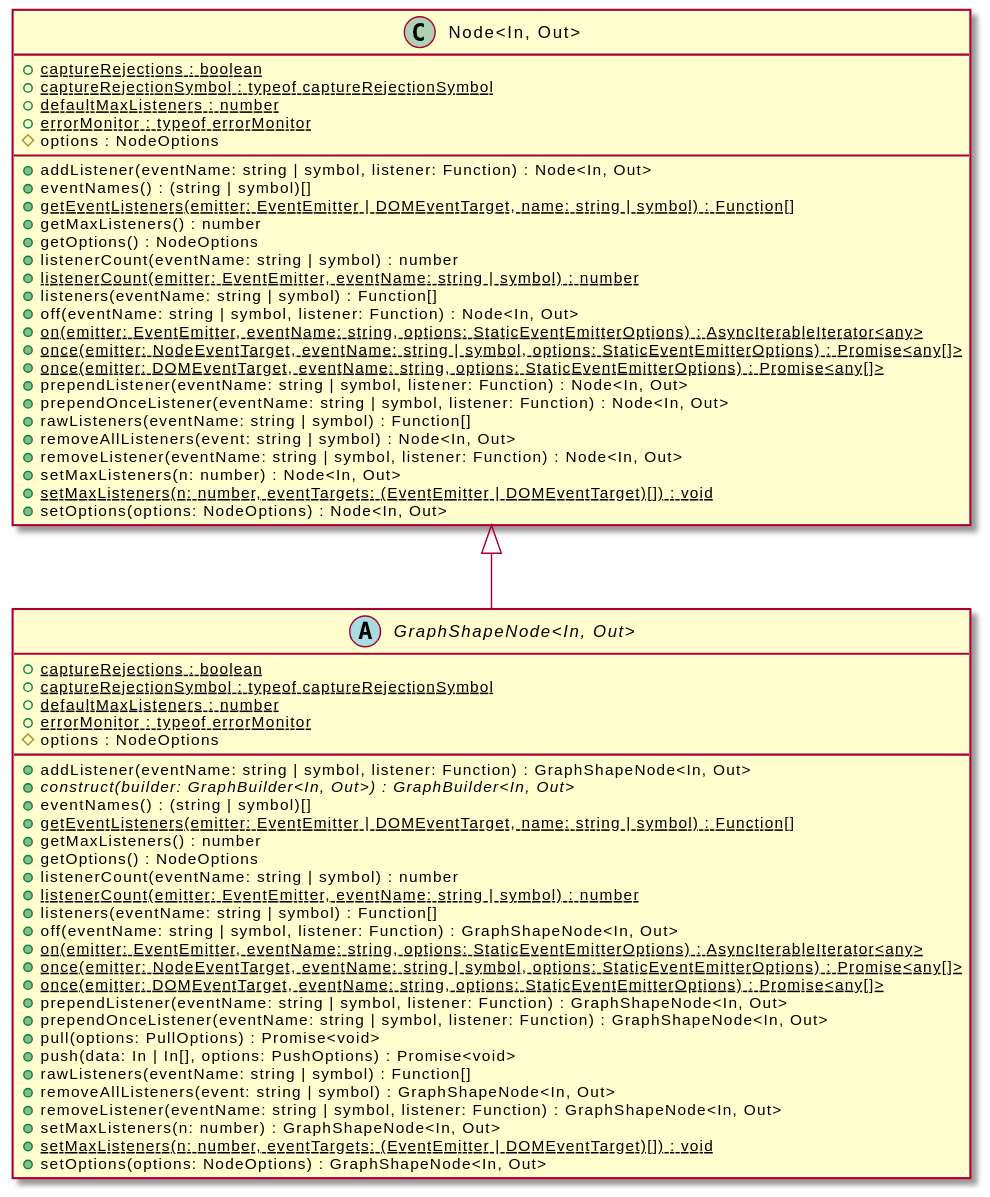
Earlier version of the PlantUML export assets/GraphShapeNode-umlClassDiagram-15808.svg (OpenHPS/openhps-core).
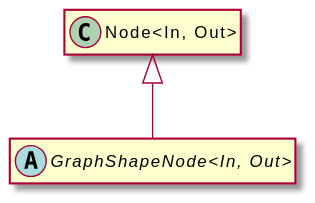
Above is the later version.

Diff of the diagram source:
```diff
@@ -3,61 +3,8 @@
 hide empty methods
 hide empty fields
 abstract class "GraphShapeNode<In, Out>" {
-    {static} +captureRejections : boolean
-    {static} +captureRejectionSymbol : typeof captureRejectionSymbol
-    {static} +defaultMaxListeners : number
-    {static} +errorMonitor : typeof errorMonitor
-    #options : NodeOptions
-    +addListener(eventName: string | symbol, listener: Function) : GraphShapeNode<In, Out>
-    {abstract} +construct(builder: GraphBuilder<In, Out>) : GraphBuilder<In, Out>
-    +eventNames() : (string | symbol)[]
-    {static} +getEventListeners(emitter: EventEmitter | DOMEventTarget, name: string | symbol) : Function[]
-    +getMaxListeners() : number
-    +getOptions() : NodeOptions
-    +listenerCount(eventName: string | symbol) : number
-    {static} +listenerCount(emitter: EventEmitter, eventName: string | symbol) : number
-    +listeners(eventName: string | symbol) : Function[]
-    +off(eventName: string | symbol, listener: Function) : GraphShapeNode<In, Out>
-    {static} +on(emitter: EventEmitter, eventName: string, options: StaticEventEmitterOptions) : AsyncIterableIterator<any>
-    {static} +once(emitter: NodeEventTarget, eventName: string | symbol, options: StaticEventEmitterOptions) : Promise<any[]>
-    {static} +once(emitter: DOMEventTarget, eventName: string, options: StaticEventEmitterOptions) : Promise<any[]>
-    +prependListener(eventName: string | symbol, listener: Function) : GraphShapeNode<In, Out>
-    +prependOnceListener(eventName: string | symbol, listener: Function) : GraphShapeNode<In, Out>
-    +pull(options: PullOptions) : Promise<void>
-    +push(data: In | In[], options: PushOptions) : Promise<void>
-    +rawListeners(eventName: string | symbol) : Function[]
-    +removeAllListeners(event: string | symbol) : GraphShapeNode<In, Out>
-    +removeListener(eventName: string | symbol, listener: Function) : GraphShapeNode<In, Out>
-    +setMaxListeners(n: number) : GraphShapeNode<In, Out>
-    {static} +setMaxListeners(n: number, eventTargets: (EventEmitter | DOMEventTarget)[]) : void
-    +setOptions(options: NodeOptions) : GraphShapeNode<In, Out>
 }
 class "Node<In, Out>" {
-    {static} +captureRejections : boolean
-    {static} +captureRejectionSymbol : typeof captureRejectionSymbol
-    {static} +defaultMaxListeners : number
-    {static} +errorMonitor : typeof errorMonitor
-    #options : NodeOptions
-    +addListener(eventName: string | symbol, listener: Function) : Node<In, Out>
-    +eventNames() : (string | symbol)[]
-    {static} +getEventListeners(emitter: EventEmitter | DOMEventTarget, name: string | symbol) : Function[]
-    +getMaxListeners() : number
-    +getOptions() : NodeOptions
-    +listenerCount(eventName: string | symbol) : number
-    {static} +listenerCount(emitter: EventEmitter, eventName: string | symbol) : number
-    +listeners(eventName: string | symbol) : Function[]
-    +off(eventName: string | symbol, listener: Function) : Node<In, Out>
-    {static} +on(emitter: EventEmitter, eventName: string, options: StaticEventEmitterOptions) : AsyncIterableIterator<any>
-    {static} +once(emitter: NodeEventTarget, eventName: string | symbol, options: StaticEventEmitterOptions) : Promise<any[]>
-    {static} +once(emitter: DOMEventTarget, eventName: string, options: StaticEventEmitterOptions) : Promise<any[]>
-    +prependListener(eventName: string | symbol, listener: Function) : Node<In, Out>
-    +prependOnceListener(eventName: string | symbol, listener: Function) : Node<In, Out>
-    +rawListeners(eventName: string | symbol) : Function[]
-    +removeAllListeners(event: string | symbol) : Node<In, Out>
-    +removeListener(eventName: string | symbol, listener: Function) : Node<In, Out>
-    +setMaxListeners(n: number) : Node<In, Out>
-    {static} +setMaxListeners(n: number, eventTargets: (EventEmitter | DOMEventTarget)[]) : void
-    +setOptions(options: NodeOptions) : Node<In, Out>
 }
 "Node<In, Out>" <|-- "GraphShapeNode<In, Out>"
 @enduml
```
